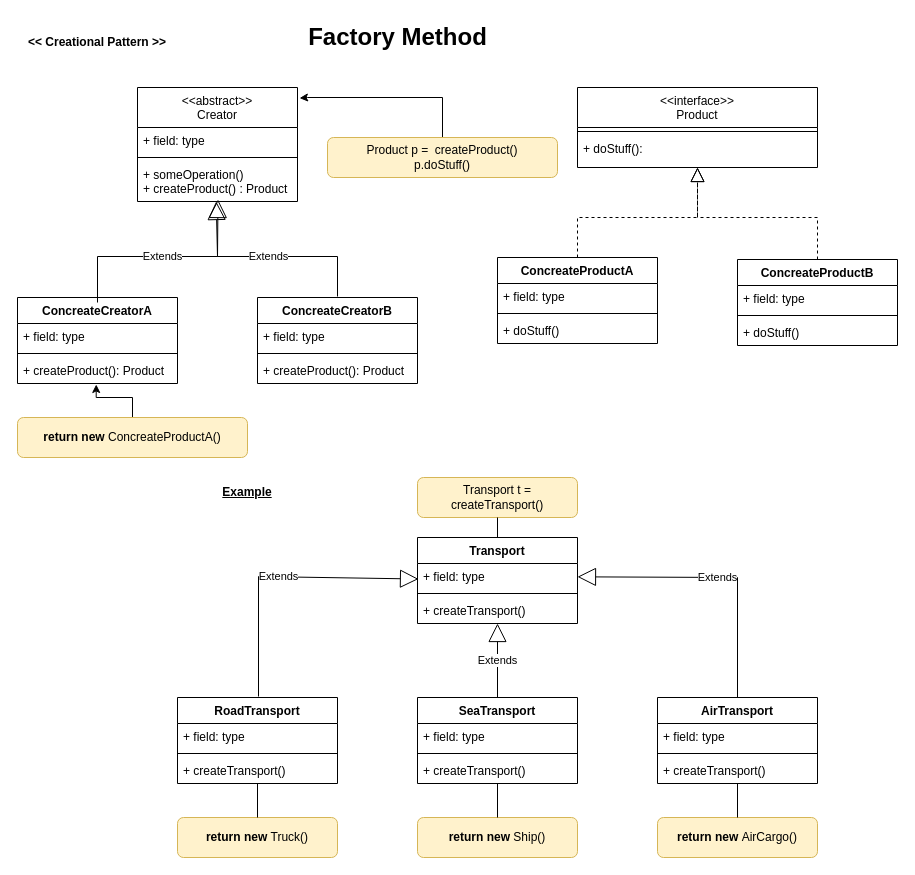
This is DesignPatterns.drawio from yalankar/yalankar, a draw.io file, before an edit. Source tidied: cells renumbered, new cells numbered last; positions are measured from the earlier drawing's top-left corner, leaving out a move shared by most shapes. Both pictures are drawn from the tidied source at 100%, with x=0, y=0 at pixel (17, 17).
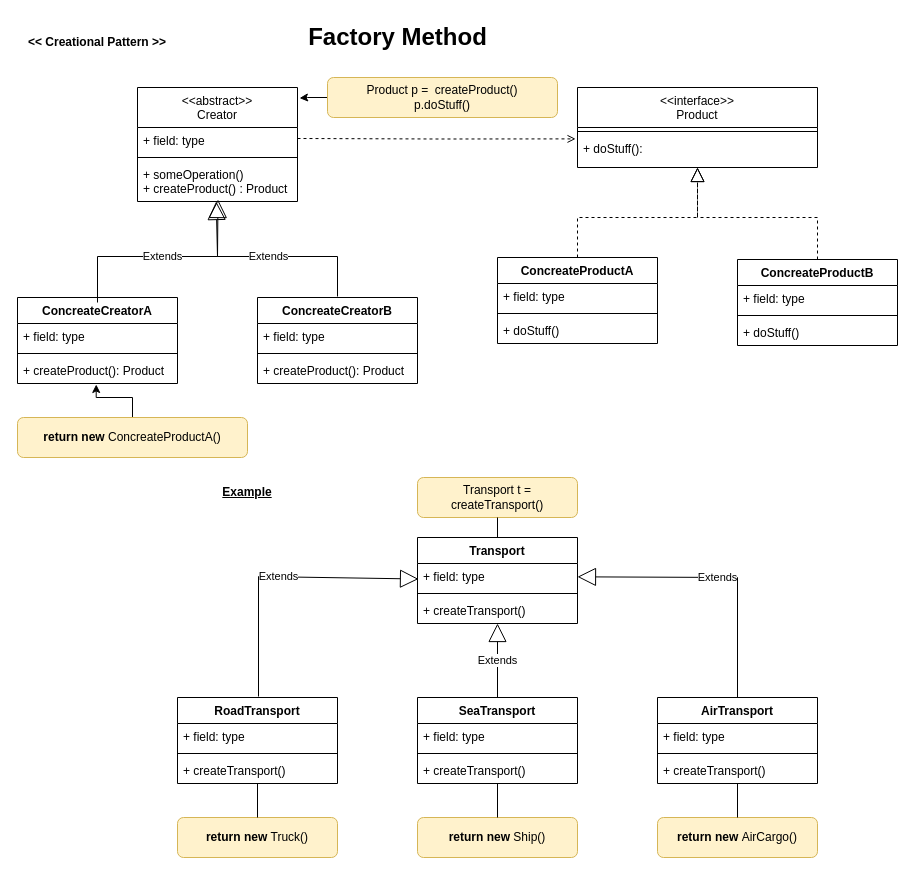
The same diagram, later.

Unchanged cells that the change refers to:
```xml
<mxCell id="25" value="+ doStuff(): " style="text;strokeColor=none;fillColor=none;align=left;verticalAlign=top;spacingLeft=4;spacingRight=4;overflow=hidden;points=[[0,0.5],[1,0.5]];portConstraint=eastwest;" parent="23" vertex="1">
  <mxGeometry y="48" width="240" height="32" as="geometry" />
</mxCell>
```

The edit, as a diff of the source:
```diff
@@
     <mxCell id="34" value="Product p =&amp;nbsp;&amp;nbsp;createProduct()&lt;br&gt;p.doStuff()" style="text;html=1;align=center;verticalAlign=middle;whiteSpace=wrap;rounded=1;sketch=0;shadow=0;fillColor=#fff2cc;strokeColor=#d6b656;" parent="1" vertex="1">
-      <mxGeometry x="310" y="120" width="230" height="40" as="geometry" />
+      <mxGeometry x="310" y="60" width="230" height="40" as="geometry" />
     </mxCell>
@@
+    <mxCell id="63" style="edgeStyle=orthogonalEdgeStyle;rounded=0;jettySize=auto;html=1;dashed=1;endArrow=open;endFill=0;entryX=-0.008;entryY=0.106;entryDx=0;entryDy=0;entryPerimeter=0;" parent="1" edge="1" target="25">
+      <mxGeometry relative="1" as="geometry">
+        <mxPoint x="280" y="121" as="sourcePoint" />
+      </mxGeometry>
+    </mxCell>
```
